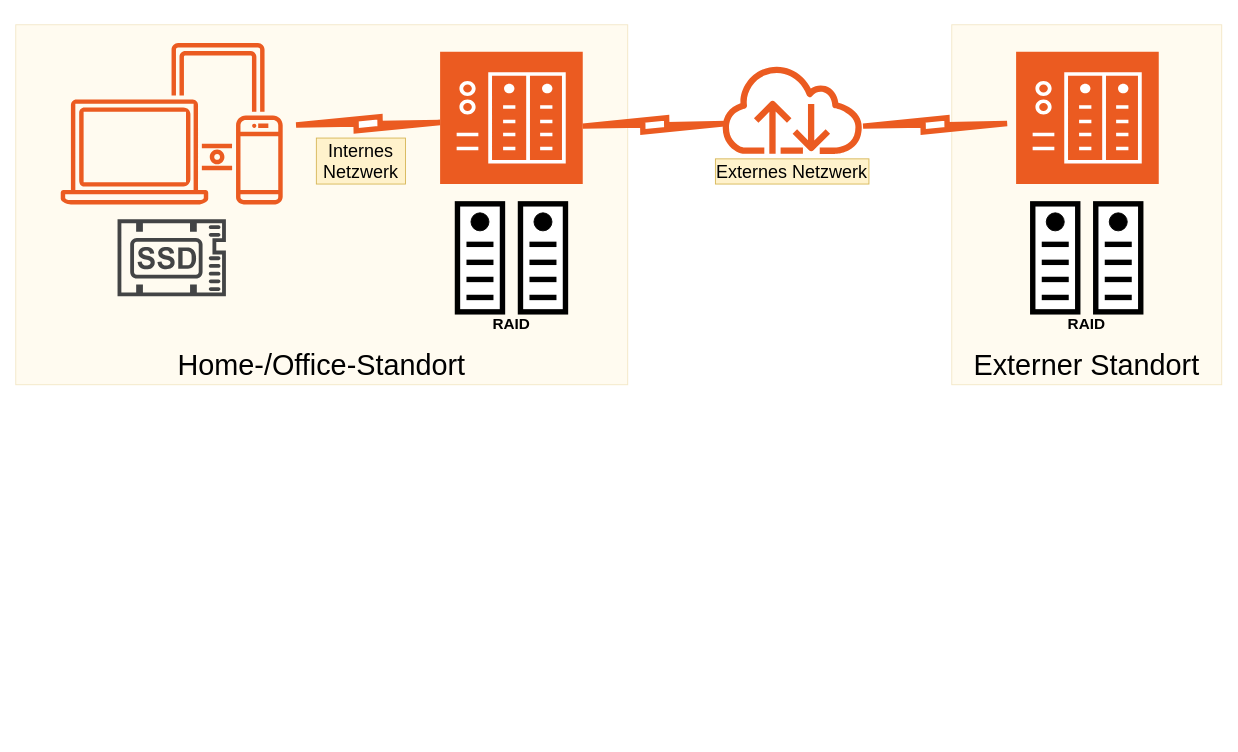
This is SmarterTec Data Management 3-2-1.drawio from noelchiocchetti/SmarterTec, a draw.io file, before an edit. Source tidied: cells renumbered, new cells numbered last; positions are measured from the earlier drawing's top-left corner, leaving out a move shared by most shapes. Both pictures are drawn from the tidied source at 90%, with x=0, y=0 at pixel (15, 24).
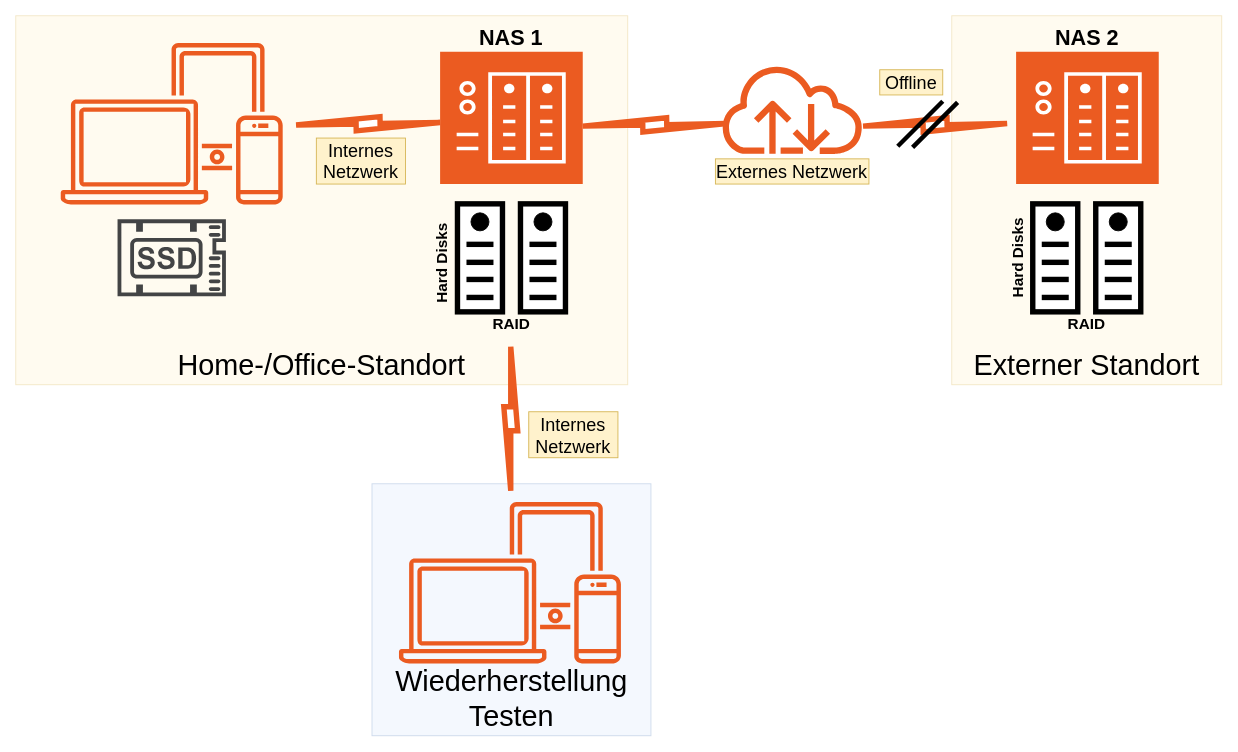
Above is the later version.

What changed in the source:
```diff
@@
+    <mxCell id="46" value="Wiederherstellung Testen" style="rounded=0;whiteSpace=wrap;html=1;fillColor=#dae8fc;strokeColor=#6c8ebf;fillStyle=auto;opacity=30;verticalAlign=bottom;fontSize=32;" parent="1" vertex="1">
+      <mxGeometry x="395.8" y="510" width="310" height="280" as="geometry" />
+    </mxCell>
     <mxCell id="2" value="Externer Standort" style="rounded=0;whiteSpace=wrap;html=1;fillColor=#fff2cc;strokeColor=#d6b656;gradientColor=none;fillStyle=auto;opacity=30;verticalAlign=bottom;fontSize=32;" parent="1" vertex="1">
-      <mxGeometry x="1040" width="300" height="400" as="geometry" />
+      <mxGeometry x="1040" y="-10" width="300" height="410" as="geometry" />
     </mxCell>
     <mxCell id="3" value="Home-/Office-Standort" style="rounded=0;whiteSpace=wrap;html=1;fillColor=#fff2cc;strokeColor=#d6b656;gradientColor=none;fillStyle=auto;opacity=30;verticalAlign=bottom;fontSize=32;" parent="1" vertex="1">
-      <mxGeometry width="680" height="400" as="geometry" />
+      <mxGeometry y="-10" width="680" height="410" as="geometry" />
     </mxCell>
@@
+    <mxCell id="47" style="endArrow=none;html=1;rounded=0;strokeWidth=5;" parent="1" edge="1">
+      <mxGeometry relative="1" as="geometry">
+        <mxPoint x="980" y="135" as="sourcePoint" />
+        <mxPoint x="1030" y="85" as="targetPoint" />
+      </mxGeometry>
+    </mxCell>
+    <mxCell id="48" style="endArrow=none;html=1;rounded=0;strokeWidth=5;" parent="1" edge="1">
+      <mxGeometry relative="1" as="geometry">
+        <mxPoint x="996.5" y="136.2" as="sourcePoint" />
+        <mxPoint x="1046.5" y="86.2" as="targetPoint" />
+      </mxGeometry>
+    </mxCell>
+    <mxCell id="49" value="Offline" style="whiteSpace=wrap;html=1;fillColor=#fff2cc;strokeColor=#d6b656;fontSize=20;" parent="1" vertex="1">
+      <mxGeometry x="960" y="50" width="70" height="28" as="geometry" />
+    </mxCell>
+    <mxCell id="50" style="sketch=0;gradientColor=none;fontColor=#545B64;strokeColor=none;fillColor=#EB5B21;dashed=0;verticalLabelPosition=bottom;verticalAlign=top;align=center;html=1;fontSize=12;fontStyle=0;shape=mxgraph.aws4.illustration_devices;" parent="1" vertex="1">
+      <mxGeometry x="425.8" y="530" width="246.6" height="180" as="geometry" />
+    </mxCell>
+    <mxCell id="51" style="html=1;verticalLabelPosition=bottom;align=center;labelBackgroundColor=#ffffff;verticalAlign=top;strokeWidth=6;strokeColor=#EB5B21;shadow=0;dashed=0;shape=mxgraph.ios7.icons.flash;rotation=90;" parent="1" vertex="1">
+      <mxGeometry x="470" y="430" width="160" height="15.4" as="geometry" />
+    </mxCell>
+    <mxCell id="52" value="Internes&lt;div&gt;Netzwerk&lt;/div&gt;" style="whiteSpace=wrap;html=1;fillColor=#fff2cc;strokeColor=#d6b656;fontSize=20;" parent="1" vertex="1">
+      <mxGeometry x="570" y="430" width="99.1" height="51.1" as="geometry" />
+    </mxCell>
@@
+    <mxCell id="53" value="NAS 1" style="text;html=1;whiteSpace=wrap;strokeColor=none;fillColor=none;align=center;verticalAlign=middle;rounded=0;fontSize=24;fontStyle=1;" parent="1" vertex="1">
+      <mxGeometry x="511.1" width="79.2" height="30" as="geometry" />
+    </mxCell>
+    <mxCell id="54" value="NAS 2" style="text;html=1;whiteSpace=wrap;strokeColor=none;fillColor=none;align=center;verticalAlign=middle;rounded=0;fontSize=24;fontStyle=1;" parent="1" vertex="1">
+      <mxGeometry x="1151.1" width="79.2" height="30" as="geometry" />
+    </mxCell>
+    <mxCell id="55" value="Hard Disks" style="text;html=1;whiteSpace=wrap;strokeColor=none;fillColor=none;align=center;verticalAlign=middle;rounded=0;fontSize=17;fontStyle=1;rotation=-90;" parent="1" vertex="1">
+      <mxGeometry x="420" y="250" width="110" height="30" as="geometry" />
+    </mxCell>
+    <mxCell id="56" value="Hard Disks" style="text;html=1;whiteSpace=wrap;strokeColor=none;fillColor=none;align=center;verticalAlign=middle;rounded=0;fontSize=17;fontStyle=1;rotation=-90;" parent="1" vertex="1">
+      <mxGeometry x="1060" y="244" width="110" height="30" as="geometry" />
+    </mxCell>
```
